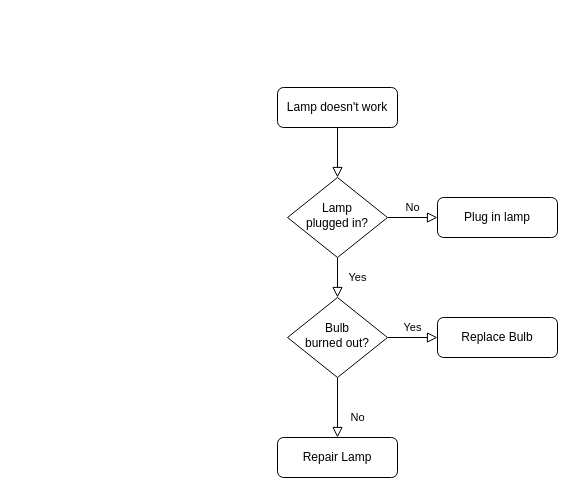
The draw.io diagram Flow1.drawio in Rohanpudasaini/SE, before the edit. Source tidied: cells renumbered, new cells numbered last; positions are measured from the earlier drawing's top-left corner, leaving out a move shared by most shapes. Both pictures are drawn from the tidied source at 100%, with x=0, y=0 at pixel (277, 87).
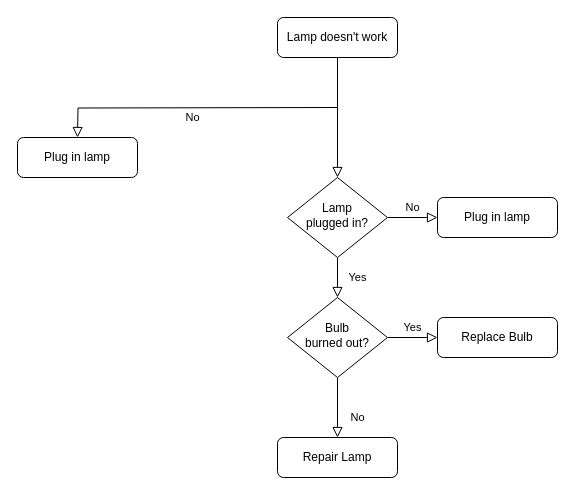
Above is the later version.

Change to the diagram source:
```diff
@@
 <mxGraphModel>
   <root>
     <mxCell id="0" />
     <mxCell id="1" parent="0" />
     <mxCell id="2" style="rounded=0;html=1;jettySize=auto;fontSize=11;endArrow=block;endFill=0;endSize=8;strokeWidth=1;shadow=0;labelBackgroundColor=none;edgeStyle=orthogonalEdgeStyle;" parent="1" edge="1" source="3" target="6">
       <mxGeometry relative="1" as="geometry" />
     </mxCell>
     <mxCell id="3" value="Lamp doesn't work" style="rounded=1;whiteSpace=wrap;html=1;fontSize=12;glass=0;strokeWidth=1;shadow=0;" parent="1" vertex="1">
-      <mxGeometry width="120" height="40" as="geometry" />
+      <mxGeometry y="-70" width="120" height="40" as="geometry" />
     </mxCell>
     <mxCell id="4" value="Yes" style="rounded=0;html=1;jettySize=auto;fontSize=11;endArrow=block;endFill=0;endSize=8;strokeWidth=1;shadow=0;labelBackgroundColor=none;edgeStyle=orthogonalEdgeStyle;" parent="1" edge="1" source="6" target="10">
       <mxGeometry y="20" relative="1" as="geometry" />
     </mxCell>
     <mxCell id="5" value="No" style="edgeStyle=orthogonalEdgeStyle;rounded=0;html=1;jettySize=auto;fontSize=11;endArrow=block;endFill=0;endSize=8;strokeWidth=1;shadow=0;labelBackgroundColor=none;" parent="1" edge="1" source="6" target="7">
       <mxGeometry y="10" relative="1" as="geometry" />
     </mxCell>
     <mxCell id="6" value="Lamp&lt;br&gt;plugged in?" style="rhombus;whiteSpace=wrap;html=1;shadow=0;fontFamily=Helvetica;fontSize=12;align=center;strokeWidth=1;spacing=6;spacingTop=-4;" parent="1" vertex="1">
       <mxGeometry x="10" y="90" width="100" height="80" as="geometry" />
     </mxCell>
     <mxCell id="7" value="Plug in lamp" style="rounded=1;whiteSpace=wrap;html=1;fontSize=12;glass=0;strokeWidth=1;shadow=0;" parent="1" vertex="1">
       <mxGeometry x="160" y="110" width="120" height="40" as="geometry" />
     </mxCell>
     <mxCell id="8" value="No" style="rounded=0;html=1;jettySize=auto;fontSize=11;endArrow=block;endFill=0;endSize=8;strokeWidth=1;shadow=0;labelBackgroundColor=none;edgeStyle=orthogonalEdgeStyle;" parent="1" edge="1" source="10" target="11">
       <mxGeometry x="0.33" y="20" relative="1" as="geometry" />
     </mxCell>
     <mxCell id="9" value="Yes" style="edgeStyle=orthogonalEdgeStyle;rounded=0;html=1;jettySize=auto;fontSize=11;endArrow=block;endFill=0;endSize=8;strokeWidth=1;shadow=0;labelBackgroundColor=none;" parent="1" edge="1" source="10" target="12">
       <mxGeometry y="10" relative="1" as="geometry" />
     </mxCell>
     <mxCell id="10" value="Bulb&lt;br&gt;burned out?" style="rhombus;whiteSpace=wrap;html=1;shadow=0;fontFamily=Helvetica;fontSize=12;align=center;strokeWidth=1;spacing=6;spacingTop=-4;" parent="1" vertex="1">
       <mxGeometry x="10" y="210" width="100" height="80" as="geometry" />
     </mxCell>
     <mxCell id="11" value="Repair Lamp" style="rounded=1;whiteSpace=wrap;html=1;fontSize=12;glass=0;strokeWidth=1;shadow=0;" parent="1" vertex="1">
       <mxGeometry y="350" width="120" height="40" as="geometry" />
     </mxCell>
     <mxCell id="12" value="Replace Bulb" style="rounded=1;whiteSpace=wrap;html=1;fontSize=12;glass=0;strokeWidth=1;shadow=0;" parent="1" vertex="1">
       <mxGeometry x="160" y="230" width="120" height="40" as="geometry" />
     </mxCell>
+    <mxCell id="13" value="No" style="edgeStyle=orthogonalEdgeStyle;rounded=0;html=1;jettySize=auto;orthogonalLoop=1;fontSize=11;endArrow=block;endFill=0;endSize=8;strokeWidth=1;shadow=0;labelBackgroundColor=none;" parent="1" edge="1">
+      <mxGeometry y="10" relative="1" as="geometry">
+        <mxPoint x="60" y="20" as="sourcePoint" />
+        <mxPoint x="-200" y="50" as="targetPoint" />
+      </mxGeometry>
+    </mxCell>
+    <mxCell id="14" value="Plug in lamp" style="rounded=1;whiteSpace=wrap;html=1;fontSize=12;glass=0;strokeWidth=1;shadow=0;" parent="1" vertex="1">
+      <mxGeometry x="-260" y="50" width="120" height="40" as="geometry" />
+    </mxCell>
   </root>
 </mxGraphModel>
```
